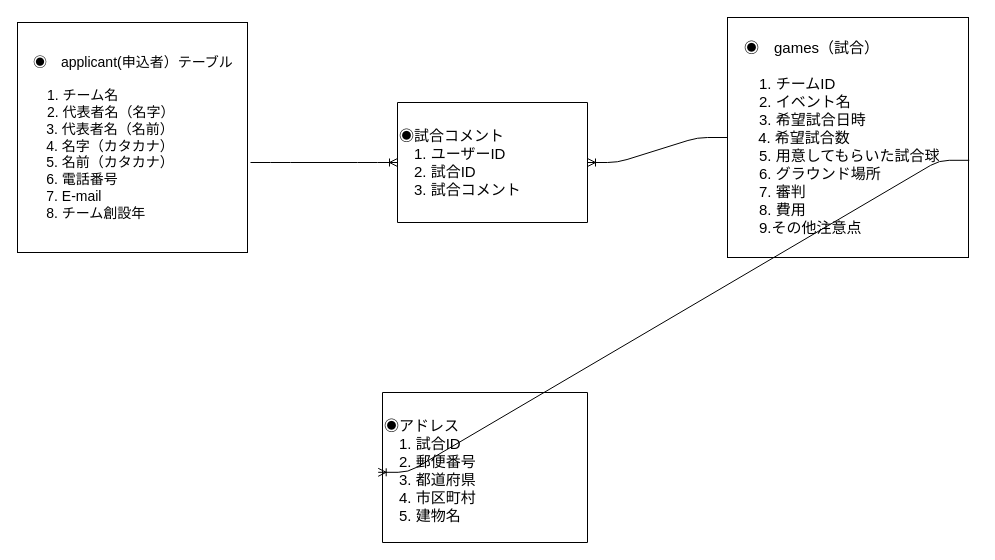
The draw.io diagram er.dio in ta1ka2shi3/redchaps, before the edit. Source tidied: cells renumbered, new cells numbered last; positions are measured from the earlier drawing's top-left corner, leaving out a move shared by most shapes. Both pictures are drawn from the tidied source at 100%, with x=0, y=0 at pixel (17, 17).
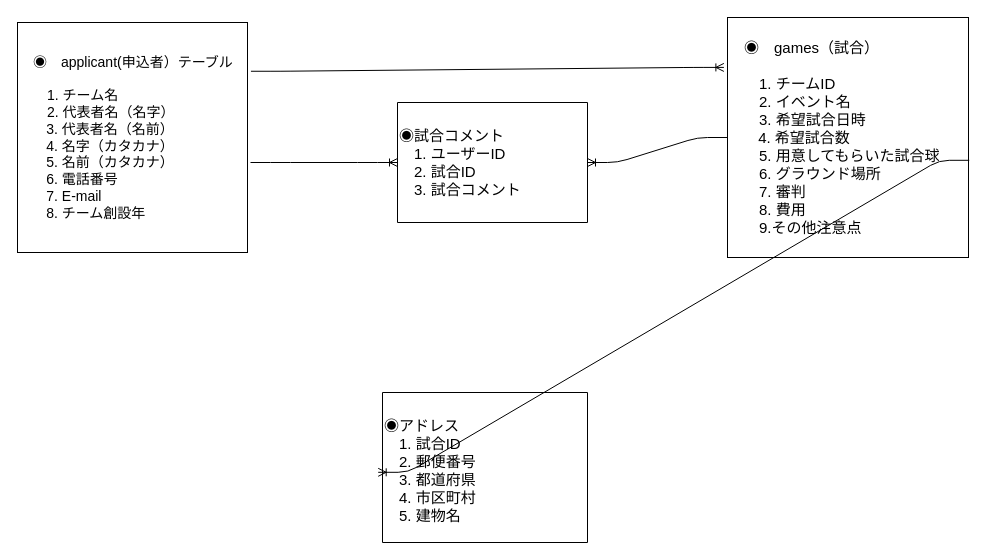
The same diagram, later.

Change to the diagram source:
```diff
@@
 <mxGraphModel>
   <root>
     <mxCell id="0" />
     <mxCell id="1" parent="0" />
     <mxCell id="2" style="edgeStyle=entityRelationEdgeStyle;fontSize=12;html=1;endArrow=ERoneToMany;" parent="1" edge="1" source="4" target="5">
       <mxGeometry relative="1" as="geometry" />
     </mxCell>
     <mxCell id="3" value="　◉　applicant(申込者）テーブル&lt;br style=&quot;font-size: 14px;&quot;&gt;　　&lt;br style=&quot;font-size: 14px;&quot;&gt;　　1. チーム名&lt;br style=&quot;font-size: 14px;&quot;&gt;　　2. 代表者名（名字）&lt;br style=&quot;font-size: 14px;&quot;&gt;&amp;nbsp; &amp;nbsp; &amp;nbsp; &amp;nbsp;3. 代表者名（名前）&lt;br style=&quot;font-size: 14px;&quot;&gt;&amp;nbsp; &amp;nbsp; &amp;nbsp; &amp;nbsp;4. 名字（カタカナ）&lt;br style=&quot;font-size: 14px;&quot;&gt;&amp;nbsp; &amp;nbsp; &amp;nbsp; &amp;nbsp;5. 名前（カタカナ）&lt;br style=&quot;font-size: 14px;&quot;&gt;&amp;nbsp; &amp;nbsp; &amp;nbsp; &amp;nbsp;6. 電話番号&lt;br style=&quot;font-size: 14px;&quot;&gt;&amp;nbsp; &amp;nbsp; &amp;nbsp; &amp;nbsp;7. E-mail&lt;br style=&quot;font-size: 14px;&quot;&gt;&amp;nbsp; &amp;nbsp; &amp;nbsp; &amp;nbsp;8. チーム創設年" style="whiteSpace=wrap;html=1;align=left;labelPosition=center;verticalLabelPosition=middle;verticalAlign=middle;fontSize=14;" parent="1" vertex="1">
       <mxGeometry y="5" width="230" height="230" as="geometry" />
     </mxCell>
     <mxCell id="4" value="　◉　games（試合）&lt;br&gt;　　&lt;br&gt;　　1. チームID&lt;br&gt;　　2. イベント名&lt;br&gt;　　3. 希望試合日時&lt;br&gt;&amp;nbsp; &amp;nbsp; &amp;nbsp; &amp;nbsp;4. 希望試合数&lt;br&gt;　　5. 用意してもらいた試合球&lt;br&gt;　　6. グラウンド場所&lt;br&gt;　　7. 審判&lt;br&gt;　　8. 費用&lt;br&gt;　　9.その他注意点" style="whiteSpace=wrap;html=1;fontSize=15;align=left;" parent="1" vertex="1">
       <mxGeometry x="710" width="241" height="240" as="geometry" />
     </mxCell>
     <mxCell id="5" value="　&lt;br&gt;◉試合コメント&lt;br&gt;　1. ユーザーID&lt;br&gt;　2. 試合ID&lt;br&gt;　3. 試合コメント" style="verticalLabelPosition=middle;verticalAlign=top;html=1;shape=mxgraph.basic.rect;fillColor2=none;strokeWidth=1;size=20;indent=5;shadow=0;fontSize=15;align=left;labelPosition=center;" parent="1" vertex="1">
       <mxGeometry x="380" y="85" width="190" height="120" as="geometry" />
     </mxCell>
     <mxCell id="6" style="edgeStyle=entityRelationEdgeStyle;fontSize=12;html=1;endArrow=ERoneToMany;" parent="1" edge="1">
       <mxGeometry relative="1" as="geometry">
         <mxPoint x="233" y="145" as="sourcePoint" />
         <mxPoint x="380" y="145" as="targetPoint" />
       </mxGeometry>
     </mxCell>
     <mxCell id="7" value="&lt;br&gt;◉アドレス&lt;br&gt;　1. 試合ID&lt;br&gt;　2. 郵便番号&lt;br&gt;　3. 都道府県&lt;br&gt;　4. 市区町村&lt;br&gt;　5. 建物名" style="verticalLabelPosition=middle;verticalAlign=top;html=1;shape=mxgraph.basic.rect;fillColor2=none;strokeWidth=1;size=20;indent=5;shadow=0;fontSize=15;align=left;labelPosition=center;" parent="1" vertex="1">
       <mxGeometry x="365" y="375" width="205" height="150" as="geometry" />
     </mxCell>
     <mxCell id="8" style="edgeStyle=entityRelationEdgeStyle;fontSize=12;html=1;endArrow=ERoneToMany;entryX=-0.021;entryY=0.532;entryDx=0;entryDy=0;entryPerimeter=0;exitX=1.003;exitY=0.595;exitDx=0;exitDy=0;exitPerimeter=0;" parent="1" edge="1" source="4" target="7">
       <mxGeometry relative="1" as="geometry" />
     </mxCell>
+    <mxCell id="9" style="edgeStyle=entityRelationEdgeStyle;fontSize=12;html=1;endArrow=ERoneToMany;exitX=1.015;exitY=0.212;exitDx=0;exitDy=0;exitPerimeter=0;entryX=-0.015;entryY=0.208;entryDx=0;entryDy=0;entryPerimeter=0;" parent="1" edge="1" source="3" target="4">
+      <mxGeometry relative="1" as="geometry" />
+    </mxCell>
   </root>
 </mxGraphModel>
```
